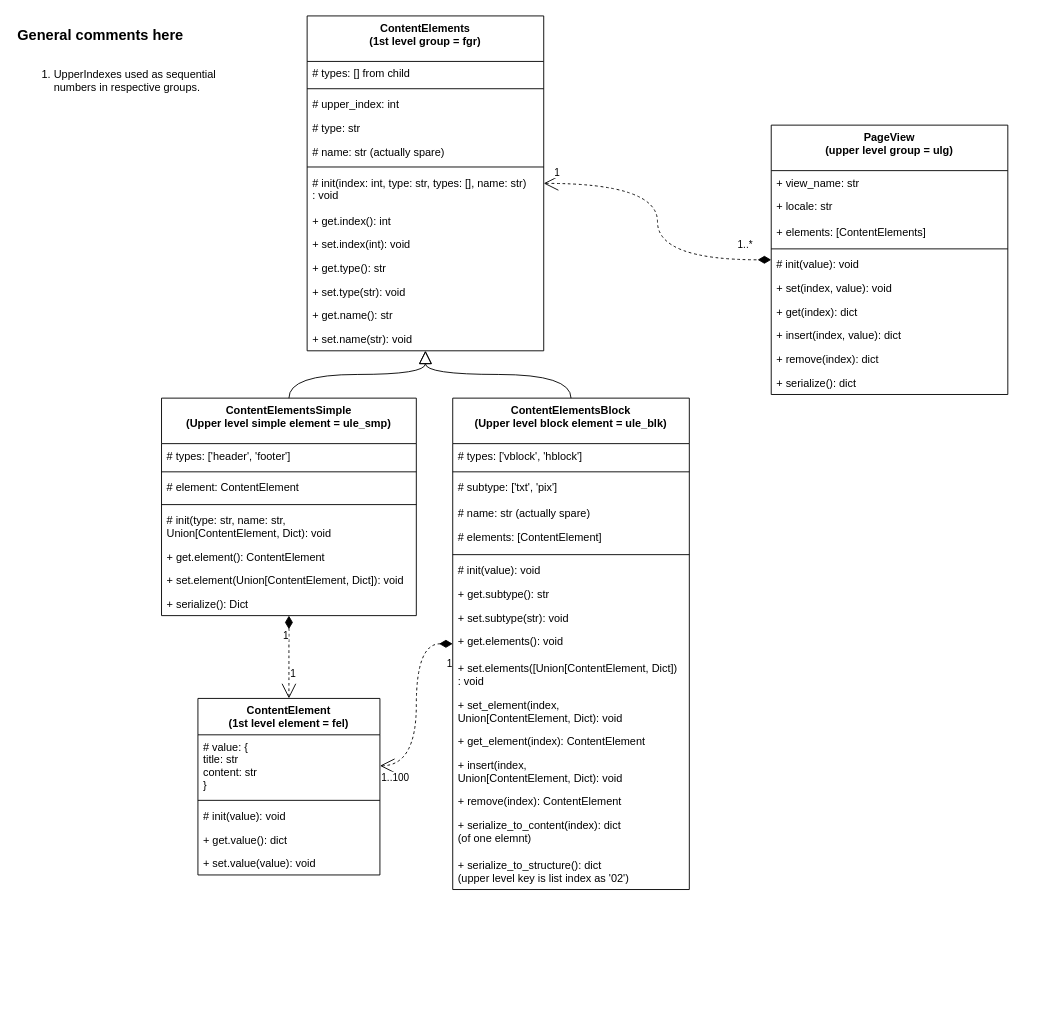
Sergey190309/220415-market-caffee keeps this draw.io diagram as page "page_view_classes" (2 of 2) of market-coffee-UML.drawio. Above is the earlier version. Source tidied: cells renumbered, new cells numbered last; positions are measured from the earlier drawing's top-left corner, leaving out a move shared by most shapes. Both pictures are drawn from the tidied source at 91%, with x=0, y=0 at pixel (15, 15).
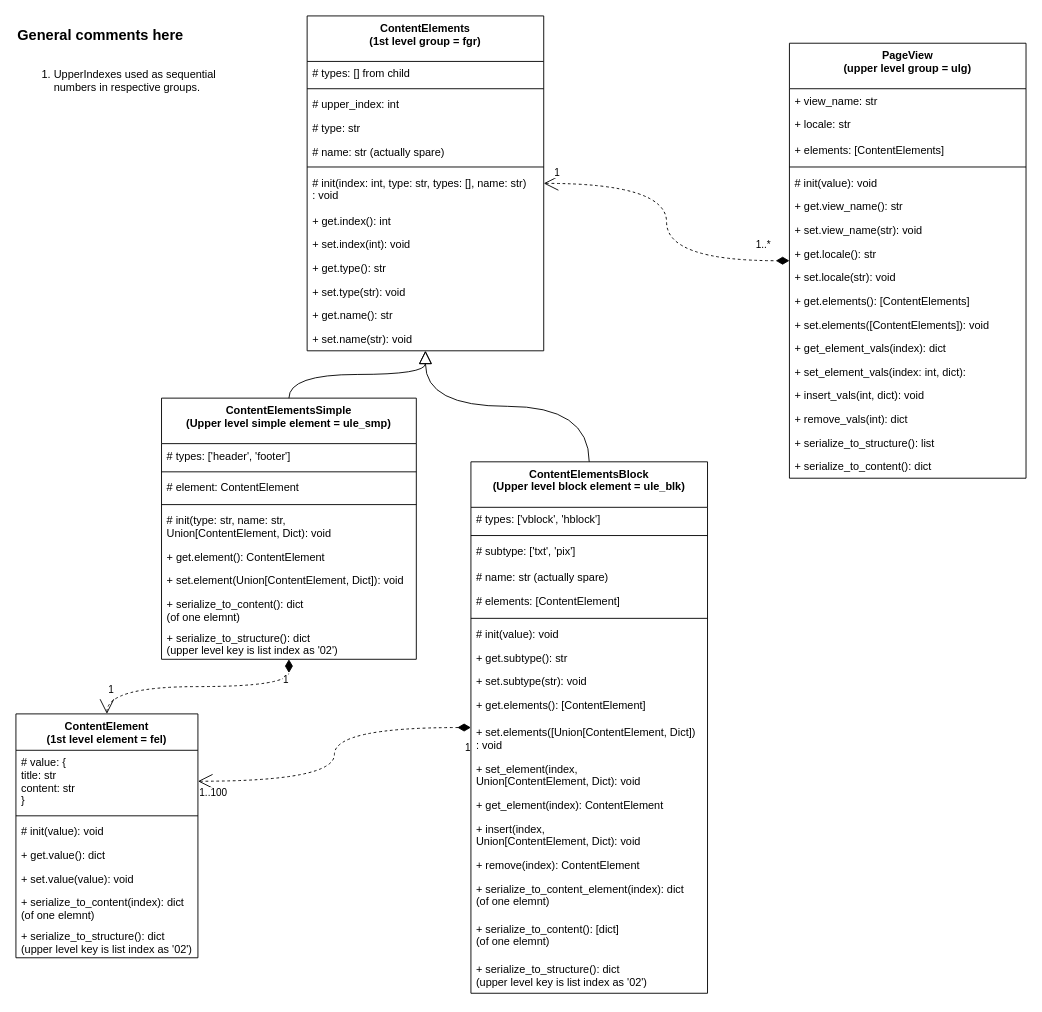
Above is the later version.

Commit message (it also covers changes not shown here):
Finished on back end class femily for page text content. Tested. Starting structure and content models refuctoring.

What changed in the source:
```diff
@@
+    <mxCell id="73" parent="0" />
@@
-    <mxCell id="22" value="ContentElement&#10;(1st level element = fel)" style="swimlane;fontStyle=1;align=center;verticalAlign=top;horizontal=1;startSize=40;" parent="1" vertex="1">
-      <mxGeometry x="200" y="750" width="200" height="194" as="geometry" />
-    </mxCell>
-    <mxCell id="23" value="# value: {&#10;title: str&#10;content: str&#10;}" style="text;strokeColor=none;fillColor=none;align=left;verticalAlign=top;spacingLeft=4;spacingRight=4;overflow=hidden;points=[[0,0.5],[1,0.5]];portConstraint=eastwest;" parent="22" vertex="1">
-      <mxGeometry y="40" width="200" height="68" as="geometry" />
-    </mxCell>
-    <mxCell id="24" style="line;strokeWidth=1;fillColor=none;align=left;verticalAlign=middle;spacingTop=-1;spacingLeft=3;spacingRight=3;labelPosition=right;" parent="22" vertex="1">
-      <mxGeometry y="108" width="200" height="8" as="geometry" />
-    </mxCell>
-    <mxCell id="25" value="# init(value): void" style="text;strokeColor=none;fillColor=none;align=left;verticalAlign=top;spacingLeft=4;spacingRight=4;overflow=hidden;" parent="22" vertex="1">
-      <mxGeometry y="116" width="200" height="26" as="geometry" />
-    </mxCell>
-    <mxCell id="26" value="+ get.value(): dict" style="text;strokeColor=none;fillColor=none;align=left;verticalAlign=top;spacingLeft=4;spacingRight=4;overflow=hidden;" parent="22" vertex="1">
-      <mxGeometry y="142" width="200" height="26" as="geometry" />
-    </mxCell>
-    <mxCell id="27" value="+ set.value(value): void" style="text;strokeColor=none;fillColor=none;align=left;verticalAlign=top;spacingLeft=4;spacingRight=4;overflow=hidden;" parent="22" vertex="1">
-      <mxGeometry y="168" width="200" height="26" as="geometry" />
-    </mxCell>
     <mxCell id="28" value="ContentElementsSimple&#10;(Upper level simple element = ule_smp)" style="swimlane;fontStyle=1;align=center;verticalAlign=top;horizontal=1;startSize=50;" parent="1" vertex="1">
-      <mxGeometry x="160" y="420" width="280" height="239" as="geometry" />
+      <mxGeometry x="160" y="420" width="280" height="287" as="geometry" />
     </mxCell>
@@
-    <mxCell id="36" value="+ serialize(): Dict" style="text;strokeColor=none;fillColor=none;align=left;verticalAlign=top;spacingLeft=4;spacingRight=4;overflow=hidden;" parent="28" vertex="1">
-      <mxGeometry y="213" width="280" height="26" as="geometry" />
+    <mxCell id="36" value="+ serialize_to_content(): dict &#10;(of one elemnt)" style="text;strokeColor=none;fillColor=none;align=left;verticalAlign=top;spacingLeft=4;spacingRight=4;overflow=hidden;" parent="28" vertex="1">
+      <mxGeometry y="213" width="280" height="37" as="geometry" />
     </mxCell>
+    <mxCell id="74" value="+ serialize_to_structure(): dict &#10;(upper level key is list index as '02')" style="text;strokeColor=none;fillColor=none;align=left;verticalAlign=top;spacingLeft=4;spacingRight=4;overflow=hidden;" parent="28" vertex="1">
+      <mxGeometry y="250" width="280" height="37" as="geometry" />
+    </mxCell>
+    <mxCell id="22" value="ContentElement&#10;(1st level element = fel)" style="swimlane;fontStyle=1;align=center;verticalAlign=top;horizontal=1;startSize=40;" parent="1" vertex="1">
+      <mxGeometry y="767" width="200" height="268" as="geometry" />
+    </mxCell>
+    <mxCell id="23" value="# value: {&#10;title: str&#10;content: str&#10;}" style="text;strokeColor=none;fillColor=none;align=left;verticalAlign=top;spacingLeft=4;spacingRight=4;overflow=hidden;points=[[0,0.5],[1,0.5]];portConstraint=eastwest;" parent="22" vertex="1">
+      <mxGeometry y="40" width="200" height="68" as="geometry" />
+    </mxCell>
+    <mxCell id="24" style="line;strokeWidth=1;fillColor=none;align=left;verticalAlign=middle;spacingTop=-1;spacingLeft=3;spacingRight=3;labelPosition=right;" parent="22" vertex="1">
+      <mxGeometry y="108" width="200" height="8" as="geometry" />
+    </mxCell>
+    <mxCell id="25" value="# init(value): void" style="text;strokeColor=none;fillColor=none;align=left;verticalAlign=top;spacingLeft=4;spacingRight=4;overflow=hidden;" parent="22" vertex="1">
+      <mxGeometry y="116" width="200" height="26" as="geometry" />
+    </mxCell>
+    <mxCell id="26" value="+ get.value(): dict" style="text;strokeColor=none;fillColor=none;align=left;verticalAlign=top;spacingLeft=4;spacingRight=4;overflow=hidden;" parent="22" vertex="1">
+      <mxGeometry y="142" width="200" height="26" as="geometry" />
+    </mxCell>
+    <mxCell id="27" value="+ set.value(value): void" style="text;strokeColor=none;fillColor=none;align=left;verticalAlign=top;spacingLeft=4;spacingRight=4;overflow=hidden;" parent="22" vertex="1">
+      <mxGeometry y="168" width="200" height="26" as="geometry" />
+    </mxCell>
+    <mxCell id="75" value="+ serialize_to_content(index): dict &#10;(of one elemnt)" style="text;strokeColor=none;fillColor=none;align=left;verticalAlign=top;spacingLeft=4;spacingRight=4;overflow=hidden;" parent="22" vertex="1">
+      <mxGeometry y="194" width="200" height="37" as="geometry" />
+    </mxCell>
+    <mxCell id="76" value="+ serialize_to_structure(): dict &#10;(upper level key is list index as '02')" style="text;strokeColor=none;fillColor=none;align=left;verticalAlign=top;spacingLeft=4;spacingRight=4;overflow=hidden;" parent="22" vertex="1">
+      <mxGeometry y="231" width="200" height="37" as="geometry" />
+    </mxCell>
     <mxCell id="37" value="ContentElementsBlock&#10;(Upper level block element = ule_blk)" style="swimlane;fontStyle=1;align=center;verticalAlign=top;horizontal=1;startSize=50;" parent="1" vertex="1">
-      <mxGeometry x="480" y="420" width="260" height="540" as="geometry" />
+      <mxGeometry x="500" y="490" width="260" height="584" as="geometry" />
     </mxCell>
@@
-    <mxCell id="47" value="+ get.elements(): void" style="text;strokeColor=none;fillColor=none;align=left;verticalAlign=top;spacingLeft=4;spacingRight=4;overflow=hidden;" parent="37" vertex="1">
+    <mxCell id="47" value="+ get.elements(): [ContentElement]" style="text;strokeColor=none;fillColor=none;align=left;verticalAlign=top;spacingLeft=4;spacingRight=4;overflow=hidden;" parent="37" vertex="1">
       <mxGeometry y="254" width="260" height="30" as="geometry" />
     </mxCell>
@@
-    <mxCell id="53" value="+ serialize_to_content(index): dict &#10;(of one elemnt)" style="text;strokeColor=none;fillColor=none;align=left;verticalAlign=top;spacingLeft=4;spacingRight=4;overflow=hidden;" parent="37" vertex="1">
+    <mxCell id="53" value="+ serialize_to_content_element(index): dict &#10;(of one elemnt)" style="text;strokeColor=none;fillColor=none;align=left;verticalAlign=top;spacingLeft=4;spacingRight=4;overflow=hidden;" parent="37" vertex="1">
       <mxGeometry y="456" width="260" height="44" as="geometry" />
     </mxCell>
+    <mxCell id="77" value="+ serialize_to_content(): [dict] &#10;(of one elemnt)" style="text;strokeColor=none;fillColor=none;align=left;verticalAlign=top;spacingLeft=4;spacingRight=4;overflow=hidden;" parent="37" vertex="1">
+      <mxGeometry y="500" width="260" height="44" as="geometry" />
+    </mxCell>
     <mxCell id="54" value="+ serialize_to_structure(): dict &#10;(upper level key is list index as '02')" style="text;strokeColor=none;fillColor=none;align=left;verticalAlign=top;spacingLeft=4;spacingRight=4;overflow=hidden;" parent="37" vertex="1">
-      <mxGeometry y="500" width="260" height="40" as="geometry" />
+      <mxGeometry y="544" width="260" height="40" as="geometry" />
     </mxCell>
@@
     <mxCell id="62" value="PageView&#10;(upper level group = ulg)" style="swimlane;fontStyle=1;align=center;verticalAlign=top;horizontal=1;startSize=50;" parent="55" vertex="1">
-      <mxGeometry x="830" y="120" width="260" height="296" as="geometry" />
+      <mxGeometry x="850" y="30" width="260" height="478" as="geometry" />
     </mxCell>
@@
-    <mxCell id="68" value="+ set(index, value): void" style="text;strokeColor=none;fillColor=none;align=left;verticalAlign=top;spacingLeft=4;spacingRight=4;overflow=hidden;" parent="62" vertex="1">
-      <mxGeometry y="166" width="260" height="26" as="geometry" />
-    </mxCell>
-    <mxCell id="69" value="+ get(index): dict" style="text;strokeColor=none;fillColor=none;align=left;verticalAlign=top;spacingLeft=4;spacingRight=4;overflow=hidden;" parent="62" vertex="1">
-      <mxGeometry y="192" width="260" height="26" as="geometry" />
-    </mxCell>
+    <mxCell id="78" value="+ get.view_name(): str" style="text;strokeColor=none;fillColor=none;align=left;verticalAlign=top;spacingLeft=4;spacingRight=4;overflow=hidden;" parent="62" vertex="1">
+      <mxGeometry y="166" width="260" height="26" as="geometry" />
+    </mxCell>
+    <mxCell id="79" value="+ set.view_name(str): void" style="text;strokeColor=none;fillColor=none;align=left;verticalAlign=top;spacingLeft=4;spacingRight=4;overflow=hidden;" parent="62" vertex="1">
+      <mxGeometry y="192" width="260" height="26" as="geometry" />
+    </mxCell>
+    <mxCell id="80" value="+ get.locale(): str" style="text;strokeColor=none;fillColor=none;align=left;verticalAlign=top;spacingLeft=4;spacingRight=4;overflow=hidden;" parent="62" vertex="1">
+      <mxGeometry y="218" width="260" height="26" as="geometry" />
+    </mxCell>
+    <mxCell id="81" value="+ set.locale(str): void" style="text;strokeColor=none;fillColor=none;align=left;verticalAlign=top;spacingLeft=4;spacingRight=4;overflow=hidden;" parent="62" vertex="1">
+      <mxGeometry y="244" width="260" height="26" as="geometry" />
+    </mxCell>
+    <mxCell id="82" value="+ get.elements(): [ContentElements]" style="text;strokeColor=none;fillColor=none;align=left;verticalAlign=top;spacingLeft=4;spacingRight=4;overflow=hidden;" parent="62" vertex="1">
+      <mxGeometry y="270" width="260" height="26" as="geometry" />
+    </mxCell>
+    <mxCell id="83" value="+ set.elements([ContentElements]): void" style="text;strokeColor=none;fillColor=none;align=left;verticalAlign=top;spacingLeft=4;spacingRight=4;overflow=hidden;" parent="62" vertex="1">
+      <mxGeometry y="296" width="260" height="26" as="geometry" />
+    </mxCell>
+    <mxCell id="84" value="+ get_element_vals(index): dict" style="text;strokeColor=none;fillColor=none;align=left;verticalAlign=top;spacingLeft=4;spacingRight=4;overflow=hidden;" parent="62" vertex="1">
+      <mxGeometry y="322" width="260" height="26" as="geometry" />
+    </mxCell>
+    <mxCell id="85" value="+ set_element_vals(index: int, dict): " style="text;strokeColor=none;fillColor=none;align=left;verticalAlign=top;spacingLeft=4;spacingRight=4;overflow=hidden;" parent="62" vertex="1">
+      <mxGeometry y="348" width="260" height="26" as="geometry" />
+    </mxCell>
-    <mxCell id="70" value="+ insert(index, value): dict" style="text;strokeColor=none;fillColor=none;align=left;verticalAlign=top;spacingLeft=4;spacingRight=4;overflow=hidden;" parent="62" vertex="1">
-      <mxGeometry y="218" width="260" height="26" as="geometry" />
+    <mxCell id="70" value="+ insert_vals(int, dict): void" style="text;strokeColor=none;fillColor=none;align=left;verticalAlign=top;spacingLeft=4;spacingRight=4;overflow=hidden;" parent="62" vertex="1">
+      <mxGeometry y="374" width="260" height="26" as="geometry" />
     </mxCell>
-    <mxCell id="71" value="+ remove(index): dict" style="text;strokeColor=none;fillColor=none;align=left;verticalAlign=top;spacingLeft=4;spacingRight=4;overflow=hidden;" parent="62" vertex="1">
-      <mxGeometry y="244" width="260" height="26" as="geometry" />
+    <mxCell id="71" value="+ remove_vals(int): dict" style="text;strokeColor=none;fillColor=none;align=left;verticalAlign=top;spacingLeft=4;spacingRight=4;overflow=hidden;" parent="62" vertex="1">
+      <mxGeometry y="400" width="260" height="26" as="geometry" />
     </mxCell>
+    <mxCell id="86" value="+ serialize_to_structure(): list" style="text;strokeColor=none;fillColor=none;align=left;verticalAlign=top;spacingLeft=4;spacingRight=4;overflow=hidden;" parent="62" vertex="1">
+      <mxGeometry y="426" width="260" height="26" as="geometry" />
+    </mxCell>
-    <mxCell id="72" value="+ serialize(): dict" style="text;strokeColor=none;fillColor=none;align=left;verticalAlign=top;spacingLeft=4;spacingRight=4;overflow=hidden;" parent="62" vertex="1">
-      <mxGeometry y="270" width="260" height="26" as="geometry" />
+    <mxCell id="72" value="+ serialize_to_content(): dict" style="text;strokeColor=none;fillColor=none;align=left;verticalAlign=top;spacingLeft=4;spacingRight=4;overflow=hidden;" parent="62" vertex="1">
+      <mxGeometry y="452" width="260" height="26" as="geometry" />
     </mxCell>
```
